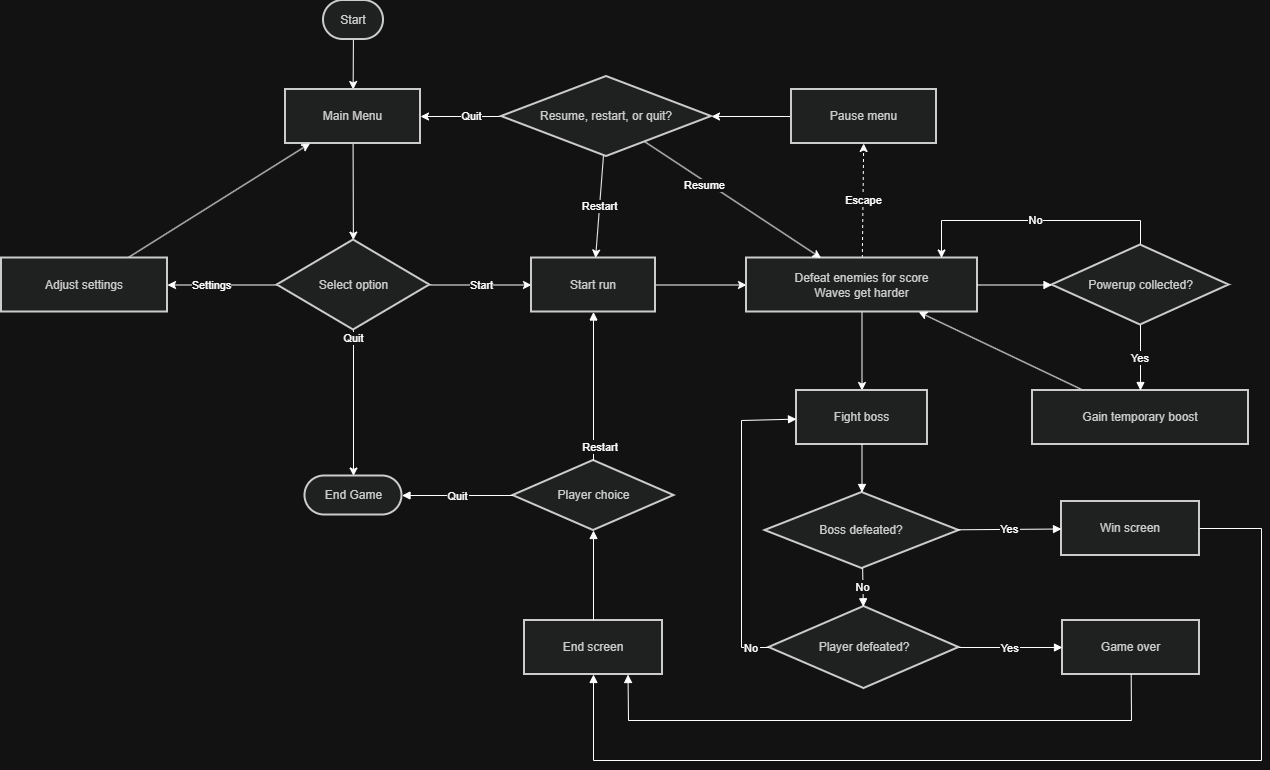
This is Screenshots/Flowchart.drawio.png from ngtanh-sunstudio/Junior-Programmer-Project, a draw.io export, as it was before one commit. Source tidied: cells renumbered, new cells last; positions are measured from the earlier drawing's top-left corner, leaving out a move shared by most shapes.
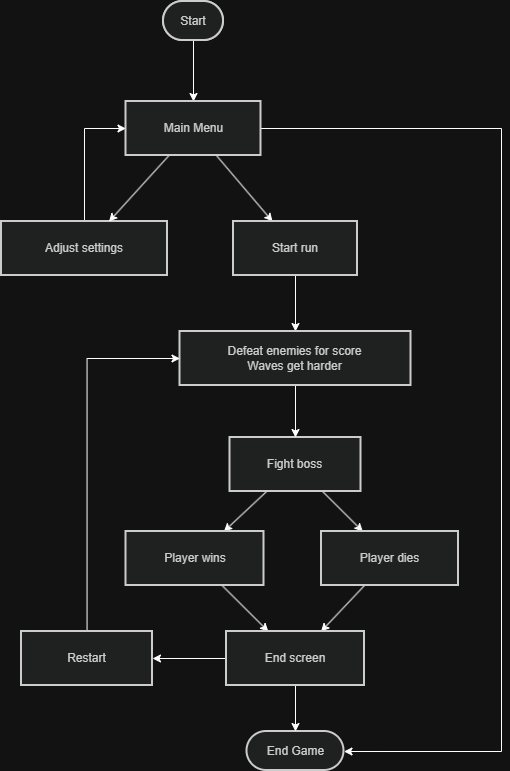
Later version of the same file.

Change to the diagram source:
```diff
@@ -2,161 +2,96 @@
   <root>
     <mxCell id="0" />
     <mxCell id="1" parent="0" />
-    <mxCell id="2" style="rounded=0;jettySize=auto;html=1;" parent="1" edge="1" source="3" target="5">
-      <mxGeometry relative="1" as="geometry" />
-    </mxCell>
     <mxCell id="3" value="Start" style="rounded=1;whiteSpace=wrap;arcSize=50;strokeWidth=2;fillColor=light-dark(#eeeeee,#1f2020);strokeColor=light-dark(#999999,#cccccc);fontColor=light-dark(#333333,#cccccc);" parent="1" vertex="1">
       <mxGeometry x="322" width="60" height="39" as="geometry" />
     </mxCell>
-    <mxCell id="4" style="rounded=0;jettySize=auto;html=1;" parent="1" edge="1" source="5" target="9">
-      <mxGeometry relative="1" as="geometry" />
-    </mxCell>
+    <mxCell id="12" style="rounded=0;jettySize=auto;html=1;edgeStyle=orthogonalEdgeStyle;" parent="1" edge="1" source="13" target="5">
+      <mxGeometry relative="1" as="geometry">
+        <Array as="points">
+          <mxPoint x="243" y="127" />
+        </Array>
+      </mxGeometry>
+    </mxCell>
+    <mxCell id="13" value="Adjust settings" style="whiteSpace=wrap;strokeWidth=2;fillColor=light-dark(#eeeeee,#1f2020);strokeColor=light-dark(#999999,#cccccc);fontColor=light-dark(#333333,#cccccc);" parent="1" vertex="1">
+      <mxGeometry x="160" y="220" width="166" height="54" as="geometry" />
+    </mxCell>
+    <mxCell id="47" style="rounded=0;jettySize=auto;html=1;" parent="1" edge="1" source="22" target="54">
+      <mxGeometry relative="1" as="geometry" />
+    </mxCell>
+    <mxCell id="48" style="rounded=0;jettySize=auto;html=1;" parent="1" edge="1" source="22" target="56">
+      <mxGeometry relative="1" as="geometry" />
+    </mxCell>
+    <mxCell id="22" value="Fight boss" style="whiteSpace=wrap;strokeWidth=2;fillColor=light-dark(#eeeeee,#1f2020);strokeColor=light-dark(#999999,#cccccc);fontColor=light-dark(#333333,#cccccc);" parent="1" vertex="1">
+      <mxGeometry x="388.5" y="436" width="131" height="54" as="geometry" />
+    </mxCell>
+    <mxCell id="49" style="rounded=0;jettySize=auto;html=1;" parent="1" edge="1" source="7" target="5">
+      <mxGeometry relative="1" as="geometry" />
+    </mxCell>
+    <mxCell id="7" value="Start" style="rounded=1;whiteSpace=wrap;arcSize=50;strokeWidth=2;fillColor=light-dark(#eeeeee,#1f2020);strokeColor=light-dark(#999999,#cccccc);fontColor=light-dark(#333333,#cccccc);" parent="1" vertex="1">
+      <mxGeometry x="322" width="60" height="39" as="geometry" />
+    </mxCell>
+    <mxCell id="50" style="rounded=0;jettySize=auto;html=1;" parent="1" edge="1" source="5" target="13">
+      <mxGeometry relative="1" as="geometry" />
+    </mxCell>
+    <mxCell id="51" style="rounded=0;jettySize=auto;html=1;" parent="1" edge="1" source="5" target="11">
+      <mxGeometry relative="1" as="geometry" />
+    </mxCell>
+    <mxCell id="52" style="edgeStyle=orthogonalEdgeStyle;rounded=0;jettySize=auto;html=1;" parent="1" edge="1" source="5" target="14">
+      <mxGeometry relative="1" as="geometry">
+        <Array as="points">
+          <mxPoint x="660" y="127" />
+          <mxPoint x="660" y="750" />
+        </Array>
+      </mxGeometry>
+    </mxCell>
     <mxCell id="5" value="Main Menu" style="whiteSpace=wrap;strokeWidth=2;fillColor=light-dark(#eeeeee,#1f2020);strokeColor=light-dark(#999999,#cccccc);fontColor=light-dark(#333333,#cccccc);" parent="1" vertex="1">
-      <mxGeometry x="284" y="89" width="135" height="54" as="geometry" />
+      <mxGeometry x="284.5" y="100" width="135" height="54" as="geometry" />
     </mxCell>
-    <mxCell id="6" value="Settings" style="rounded=0;jettySize=auto;html=1;" parent="1" edge="1" source="9" target="13">
-      <mxGeometry x="0.2" relative="1" as="geometry" />
-    </mxCell>
-    <mxCell id="7" value="Start" style="rounded=0;jettySize=auto;html=1;" parent="1" edge="1" source="9" target="11">
-      <mxGeometry relative="1" as="geometry" />
-    </mxCell>
-    <mxCell id="8" value="Quit" style="rounded=0;jettySize=auto;html=1;" parent="1" edge="1" source="9" target="14">
-      <mxGeometry x="-0.88" relative="1" as="geometry" />
-    </mxCell>
-    <mxCell id="9" value="Select option" style="rhombus;strokeWidth=2;whiteSpace=wrap;fillColor=light-dark(#eeeeee,#1f2020);strokeColor=light-dark(#999999,#cccccc);fontColor=light-dark(#333333,#cccccc);" parent="1" vertex="1">
-      <mxGeometry x="275.8" y="239.5" width="152.5" height="90" as="geometry" />
-    </mxCell>
     <mxCell id="10" style="rounded=0;jettySize=auto;html=1;" parent="1" edge="1" source="11" target="17">
       <mxGeometry relative="1" as="geometry" />
     </mxCell>
     <mxCell id="11" value="Start run" style="whiteSpace=wrap;strokeWidth=2;fillColor=light-dark(#eeeeee,#1f2020);strokeColor=light-dark(#999999,#cccccc);fontColor=light-dark(#333333,#cccccc);" parent="1" vertex="1">
-      <mxGeometry x="530" y="257.5" width="124" height="54" as="geometry" />
+      <mxGeometry x="392" y="220" width="124" height="54" as="geometry" />
     </mxCell>
-    <mxCell id="12" style="rounded=0;jettySize=auto;html=1;" parent="1" edge="1" source="13" target="5">
-      <mxGeometry relative="1" as="geometry" />
-    </mxCell>
-    <mxCell id="13" value="Adjust settings" style="whiteSpace=wrap;strokeWidth=2;fillColor=light-dark(#eeeeee,#1f2020);strokeColor=light-dark(#999999,#cccccc);fontColor=light-dark(#333333,#cccccc);" parent="1" vertex="1">
-      <mxGeometry y="257.5" width="166" height="54" as="geometry" />
-    </mxCell>
     <mxCell id="14" value="End Game" style="rounded=1;whiteSpace=wrap;arcSize=50;strokeWidth=2;fillColor=light-dark(#eeeeee,#1f2020);strokeColor=light-dark(#999999,#cccccc);fontColor=light-dark(#333333,#cccccc);" parent="1" vertex="1">
-      <mxGeometry x="303.5" y="475.5" width="97" height="39" as="geometry" />
+      <mxGeometry x="405.5" y="730" width="97" height="39" as="geometry" />
     </mxCell>
-    <mxCell id="15" value="Escape" style="rounded=0;jettySize=auto;html=1;dashed=1;" parent="1" edge="1" source="17" target="30">
-      <mxGeometry relative="1" as="geometry" />
-    </mxCell>
     <mxCell id="16" style="rounded=0;jettySize=auto;html=1;" parent="1" edge="1" source="17" target="22">
       <mxGeometry relative="1" as="geometry" />
     </mxCell>
     <mxCell id="17" value="Defeat enemies for score&#10;Waves get harder" style="whiteSpace=wrap;strokeWidth=2;fillColor=light-dark(#eeeeee,#1f2020);strokeColor=light-dark(#999999,#cccccc);fontColor=light-dark(#333333,#cccccc);" parent="1" vertex="1">
-      <mxGeometry x="745" y="257.5" width="231" height="54" as="geometry" />
+      <mxGeometry x="338.5" y="330" width="231" height="54" as="geometry" />
     </mxCell>
-    <mxCell id="18" value="No" style="edgeStyle=orthogonalEdgeStyle;rounded=0;jettySize=auto;html=1;" parent="1" edge="1" source="19" target="17">
-      <mxGeometry relative="1" as="geometry">
-        <Array as="points">
-          <mxPoint x="1139" y="220" />
-          <mxPoint x="940" y="220" />
-        </Array>
-      </mxGeometry>
-    </mxCell>
-    <mxCell id="19" value="Powerup collected?" style="rhombus;strokeWidth=2;whiteSpace=wrap;fillColor=light-dark(#eeeeee,#1f2020);strokeColor=light-dark(#999999,#cccccc);fontColor=light-dark(#333333,#cccccc);" parent="1" vertex="1">
-      <mxGeometry x="1050.5" y="244.5" width="177" height="80" as="geometry" />
-    </mxCell>
-    <mxCell id="20" style="rounded=0;jettySize=auto;html=1;" parent="1" edge="1" source="21" target="17">
-      <mxGeometry relative="1" as="geometry" />
-    </mxCell>
-    <mxCell id="21" value="Gain temporary boost" style="whiteSpace=wrap;strokeWidth=2;fillColor=light-dark(#eeeeee,#1f2020);strokeColor=light-dark(#999999,#cccccc);fontColor=light-dark(#333333,#cccccc);" parent="1" vertex="1">
-      <mxGeometry x="1031" y="390" width="216" height="54" as="geometry" />
-    </mxCell>
-    <mxCell id="22" value="Fight boss" style="whiteSpace=wrap;strokeWidth=2;fillColor=light-dark(#eeeeee,#1f2020);strokeColor=light-dark(#999999,#cccccc);fontColor=light-dark(#333333,#cccccc);" parent="1" vertex="1">
-      <mxGeometry x="795" y="390" width="131" height="54" as="geometry" />
-    </mxCell>
-    <mxCell id="23" value="Boss defeated?" style="rhombus;strokeWidth=2;whiteSpace=wrap;fillColor=light-dark(#eeeeee,#1f2020);strokeColor=light-dark(#999999,#cccccc);fontColor=light-dark(#333333,#cccccc);" parent="1" vertex="1">
-      <mxGeometry x="763.5" y="492" width="194" height="76" as="geometry" />
-    </mxCell>
-    <mxCell id="24" value="Win screen" style="whiteSpace=wrap;strokeWidth=2;fillColor=light-dark(#eeeeee,#1f2020);strokeColor=light-dark(#999999,#cccccc);fontColor=light-dark(#333333,#cccccc);" parent="1" vertex="1">
-      <mxGeometry x="1060" y="501" width="138" height="54" as="geometry" />
-    </mxCell>
-    <mxCell id="25" value="Player defeated?" style="rhombus;strokeWidth=2;whiteSpace=wrap;fillColor=light-dark(#eeeeee,#1f2020);strokeColor=light-dark(#999999,#cccccc);fontColor=light-dark(#333333,#cccccc);" parent="1" vertex="1">
-      <mxGeometry x="767.5" y="606" width="190" height="82" as="geometry" />
-    </mxCell>
-    <mxCell id="26" value="Game over" style="whiteSpace=wrap;strokeWidth=2;fillColor=light-dark(#eeeeee,#1f2020);strokeColor=light-dark(#999999,#cccccc);fontColor=light-dark(#333333,#cccccc);" parent="1" vertex="1">
-      <mxGeometry x="1061" y="620" width="137" height="54" as="geometry" />
-    </mxCell>
+    <mxCell id="53" style="rounded=0;jettySize=auto;html=1;" parent="1" edge="1" source="54" target="27">
+      <mxGeometry relative="1" as="geometry" />
+    </mxCell>
+    <mxCell id="54" value="Player wins" style="whiteSpace=wrap;strokeWidth=2;fillColor=light-dark(#eeeeee,#1f2020);strokeColor=light-dark(#999999,#cccccc);fontColor=light-dark(#333333,#cccccc);" parent="1" vertex="1">
+      <mxGeometry x="284.5" y="530" width="138" height="54" as="geometry" />
+    </mxCell>
+    <mxCell id="55" style="rounded=0;jettySize=auto;html=1;" parent="1" edge="1" source="56" target="27">
+      <mxGeometry relative="1" as="geometry" />
+    </mxCell>
+    <mxCell id="56" value="Player dies" style="whiteSpace=wrap;strokeWidth=2;fillColor=light-dark(#eeeeee,#1f2020);strokeColor=light-dark(#999999,#cccccc);fontColor=light-dark(#333333,#cccccc);" parent="1" vertex="1">
+      <mxGeometry x="480" y="530" width="137" height="54" as="geometry" />
+    </mxCell>
+    <mxCell id="57" style="rounded=0;jettySize=auto;html=1;" parent="1" edge="1" source="27" target="14">
+      <mxGeometry relative="1" as="geometry" />
+    </mxCell>
+    <mxCell id="58" style="rounded=0;jettySize=auto;html=1;" parent="1" edge="1" source="27" target="60">
+      <mxGeometry relative="1" as="geometry" />
+    </mxCell>
     <mxCell id="27" value="End screen" style="whiteSpace=wrap;strokeWidth=2;fillColor=light-dark(#eeeeee,#1f2020);strokeColor=light-dark(#999999,#cccccc);fontColor=light-dark(#333333,#cccccc);" parent="1" vertex="1">
-      <mxGeometry x="523" y="620" width="138" height="54" as="geometry" />
+      <mxGeometry x="385" y="630" width="138" height="54" as="geometry" />
     </mxCell>
-    <mxCell id="28" value="Player choice" style="rhombus;strokeWidth=2;whiteSpace=wrap;fillColor=light-dark(#eeeeee,#1f2020);strokeColor=light-dark(#999999,#cccccc);fontColor=light-dark(#333333,#cccccc);" parent="1" vertex="1">
-      <mxGeometry x="511.5" y="460" width="161" height="70" as="geometry" />
-    </mxCell>
-    <mxCell id="29" style="rounded=0;jettySize=auto;html=1;" parent="1" edge="1" source="30" target="34">
-      <mxGeometry relative="1" as="geometry" />
-    </mxCell>
-    <mxCell id="30" value="Pause menu" style="whiteSpace=wrap;strokeWidth=2;fillColor=light-dark(#eeeeee,#1f2020);strokeColor=light-dark(#999999,#cccccc);fontColor=light-dark(#333333,#cccccc);" parent="1" vertex="1">
-      <mxGeometry x="790" y="89" width="145" height="54" as="geometry" />
-    </mxCell>
-    <mxCell id="31" value="Quit" style="rounded=0;jettySize=auto;html=1;" parent="1" edge="1" source="34" target="5">
-      <mxGeometry x="-0.26" relative="1" as="geometry" />
-    </mxCell>
-    <mxCell id="32" value="Restart" style="rounded=0;jettySize=auto;html=1;" parent="1" edge="1" source="34" target="11">
-      <mxGeometry relative="1" as="geometry" />
-    </mxCell>
-    <mxCell id="33" value="Resume" style="rounded=0;jettySize=auto;html=1;" parent="1" edge="1" source="34" target="17">
-      <mxGeometry x="-0.3" y="-4" relative="1" as="geometry" />
-    </mxCell>
-    <mxCell id="34" value="Resume, restart, or quit?" style="rhombus;strokeWidth=2;whiteSpace=wrap;fillColor=light-dark(#eeeeee,#1f2020);strokeColor=light-dark(#999999,#cccccc);fontColor=light-dark(#333333,#cccccc);" parent="1" vertex="1">
-      <mxGeometry x="500" y="76" width="210" height="80" as="geometry" />
-    </mxCell>
-    <mxCell id="35" style="startArrow=none;endArrow=block;rounded=0;" parent="1" edge="1" source="17" target="19">
-      <mxGeometry relative="1" as="geometry" />
-    </mxCell>
-    <mxCell id="36" value="Yes" style="startArrow=none;endArrow=block;rounded=0;" parent="1" edge="1" source="19" target="21">
-      <mxGeometry relative="1" as="geometry" />
-    </mxCell>
-    <mxCell id="37" style="startArrow=none;endArrow=block;rounded=0;" parent="1" edge="1" source="22" target="23">
-      <mxGeometry relative="1" as="geometry" />
-    </mxCell>
-    <mxCell id="38" value="Yes" style="startArrow=none;endArrow=block;rounded=0;" parent="1" edge="1" source="23" target="24">
-      <mxGeometry relative="1" as="geometry" />
-    </mxCell>
-    <mxCell id="39" value="No" style="startArrow=none;endArrow=block;rounded=0;" parent="1" edge="1" source="23" target="25">
-      <mxGeometry relative="1" as="geometry" />
-    </mxCell>
-    <mxCell id="40" value="No" style="startArrow=none;endArrow=block;rounded=0;" parent="1" edge="1" source="25" target="22">
-      <mxGeometry x="-0.89" relative="1" as="geometry">
-        <Array as="points">
-          <mxPoint x="740" y="647" />
-          <mxPoint x="740" y="420" />
-        </Array>
-      </mxGeometry>
-    </mxCell>
-    <mxCell id="41" value="Yes" style="startArrow=none;endArrow=block;rounded=0;" parent="1" edge="1" source="25" target="26">
-      <mxGeometry relative="1" as="geometry" />
-    </mxCell>
-    <mxCell id="42" style="startArrow=none;endArrow=block;rounded=0;" parent="1" edge="1" source="24" target="27">
-      <mxGeometry relative="1" as="geometry">
-        <Array as="points">
-          <mxPoint x="1260" y="528" />
-          <mxPoint x="1260" y="760" />
-          <mxPoint x="592" y="760" />
-        </Array>
-      </mxGeometry>
-    </mxCell>
-    <mxCell id="43" style="startArrow=none;endArrow=block;rounded=0;entryX=0.75;entryY=1;entryDx=0;entryDy=0;" parent="1" edge="1" source="26" target="27">
-      <mxGeometry relative="1" as="geometry">
-        <Array as="points">
-          <mxPoint x="1130" y="720" />
-          <mxPoint x="627" y="720" />
-        </Array>
-      </mxGeometry>
-    </mxCell>
-    <mxCell id="44" style="startArrow=none;endArrow=block;rounded=0;" parent="1" edge="1" source="27" target="28">
-      <mxGeometry relative="1" as="geometry" />
-    </mxCell>
-    <mxCell id="45" value="Restart" style="startArrow=none;endArrow=block;rounded=0;" parent="1" edge="1" source="28" target="11">
-      <mxGeometry x="-0.82" y="-7" relative="1" as="geometry" />
-    </mxCell>
-    <mxCell id="46" value="Quit" style="startArrow=none;endArrow=block;rounded=0;" parent="1" edge="1" source="28" target="14">
-      <mxGeometry relative="1" as="geometry" />
-    </mxCell>
+    <mxCell id="59" style="edgeStyle=orthogonalEdgeStyle;rounded=0;jettySize=auto;html=1;" parent="1" edge="1" source="60" target="17">
+      <mxGeometry relative="1" as="geometry">
+        <Array as="points">
+          <mxPoint x="246" y="357" />
+        </Array>
+      </mxGeometry>
+    </mxCell>
+    <mxCell id="60" value="Restart" style="whiteSpace=wrap;strokeWidth=2;fillColor=light-dark(#eeeeee,#1f2020);strokeColor=light-dark(#999999,#cccccc);fontColor=light-dark(#333333,#cccccc);" parent="1" vertex="1">
+      <mxGeometry x="180" y="630" width="131" height="54" as="geometry" />
+    </mxCell>
   </root>
 </mxGraphModel>
```
